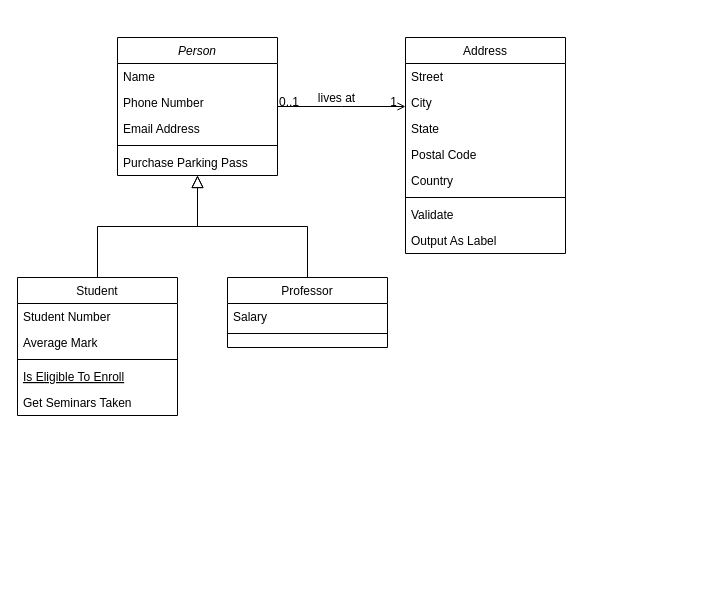
The draw.io diagram Untitled Diagram.drawio in tharika27/draw.io, before the edit. Source tidied: cells renumbered, new cells numbered last; positions are measured from the earlier drawing's top-left corner, leaving out a move shared by most shapes. Both pictures are drawn from the tidied source at 100%, with x=0, y=0 at pixel (17, 37).
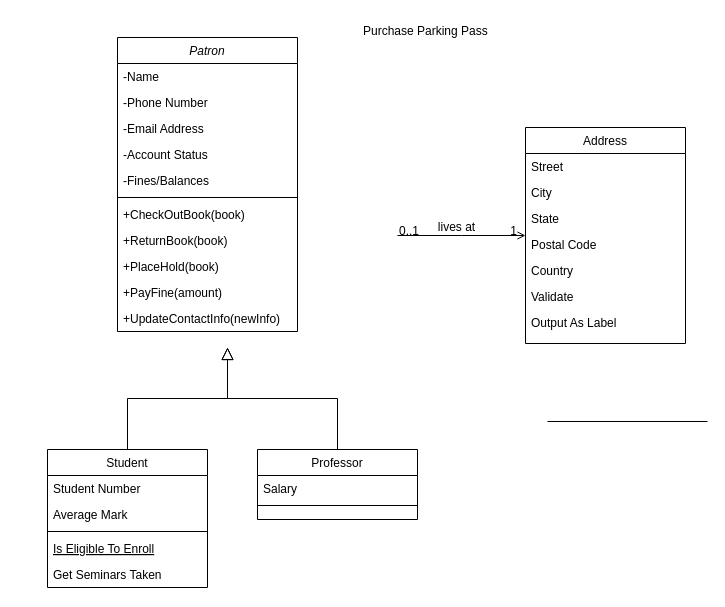
The same diagram, later.

Commit message:
Update library flow and uml

Diff of the diagram source:
```diff
@@
-    <mxCell id="2" value="Person" style="swimlane;fontStyle=2;align=center;verticalAlign=top;horizontal=1;startSize=26;rounded=0;shadow=0;strokeWidth=1;" parent="1" vertex="1">
-      <mxGeometry x="100" width="160" height="138" as="geometry" />
+    <mxCell id="2" value="Patron" style="swimlane;fontStyle=2;align=center;verticalAlign=top;horizontal=1;startSize=26;rounded=0;shadow=0;strokeWidth=1;" parent="1" vertex="1">
+      <mxGeometry x="100" width="180" height="294" as="geometry" />
     </mxCell>
-    <mxCell id="3" value="Name" style="text;align=left;verticalAlign=top;spacingLeft=4;spacingRight=4;overflow=hidden;" parent="2" vertex="1">
-      <mxGeometry y="26" width="160" height="26" as="geometry" />
+    <mxCell id="3" value="-Name" style="text;align=left;verticalAlign=top;spacingLeft=4;spacingRight=4;overflow=hidden;" parent="2" vertex="1">
+      <mxGeometry y="26" width="180" height="26" as="geometry" />
     </mxCell>
-    <mxCell id="4" value="Phone Number" style="text;align=left;verticalAlign=top;spacingLeft=4;spacingRight=4;overflow=hidden;rounded=0;shadow=0;html=0;" parent="2" vertex="1">
-      <mxGeometry y="52" width="160" height="26" as="geometry" />
+    <mxCell id="4" value="-Phone Number" style="text;align=left;verticalAlign=top;spacingLeft=4;spacingRight=4;overflow=hidden;rounded=0;shadow=0;html=0;" parent="2" vertex="1">
+      <mxGeometry y="52" width="180" height="26" as="geometry" />
     </mxCell>
-    <mxCell id="5" value="Email Address" style="text;align=left;verticalAlign=top;spacingLeft=4;spacingRight=4;overflow=hidden;rounded=0;shadow=0;html=0;" parent="2" vertex="1">
-      <mxGeometry y="78" width="160" height="26" as="geometry" />
+    <mxCell id="5" value="-Email Address" style="text;align=left;verticalAlign=top;spacingLeft=4;spacingRight=4;overflow=hidden;rounded=0;shadow=0;html=0;" parent="2" vertex="1">
+      <mxGeometry y="78" width="180" height="26" as="geometry" />
     </mxCell>
-    <mxCell id="6" style="line;html=1;strokeWidth=1;align=left;verticalAlign=middle;spacingTop=-1;spacingLeft=3;spacingRight=3;labelPosition=right;" parent="2" vertex="1">
-      <mxGeometry y="104" width="160" height="8" as="geometry" />
-    </mxCell>
-    <mxCell id="7" value="Purchase Parking Pass" style="text;align=left;verticalAlign=top;spacingLeft=4;spacingRight=4;overflow=hidden;" parent="2" vertex="1">
-      <mxGeometry y="112" width="160" height="26" as="geometry" />
-    </mxCell>
+    <mxCell id="32" value="-Account Status&#10;" style="text;align=left;verticalAlign=top;spacingLeft=4;spacingRight=4;overflow=hidden;" parent="2" vertex="1">
+      <mxGeometry y="104" width="180" height="26" as="geometry" />
+    </mxCell>
+    <mxCell id="33" value="-Fines/Balances" style="text;align=left;verticalAlign=top;spacingLeft=4;spacingRight=4;overflow=hidden;" parent="2" vertex="1">
+      <mxGeometry y="130" width="180" height="26" as="geometry" />
+    </mxCell>
+    <mxCell id="34" style="line;html=1;strokeWidth=1;align=left;verticalAlign=middle;spacingTop=-1;spacingLeft=3;spacingRight=3;labelPosition=right;" parent="2" vertex="1">
+      <mxGeometry y="156" width="180" height="8" as="geometry" />
+    </mxCell>
+    <mxCell id="35" value="+CheckOutBook(book)" style="text;align=left;verticalAlign=top;spacingLeft=4;spacingRight=4;overflow=hidden;" parent="2" vertex="1">
+      <mxGeometry y="164" width="180" height="26" as="geometry" />
+    </mxCell>
+    <mxCell id="36" value="+ReturnBook(book)" style="text;align=left;verticalAlign=top;spacingLeft=4;spacingRight=4;overflow=hidden;" parent="2" vertex="1">
+      <mxGeometry y="190" width="180" height="26" as="geometry" />
+    </mxCell>
+    <mxCell id="37" value="+PlaceHold(book)" style="text;align=left;verticalAlign=top;spacingLeft=4;spacingRight=4;overflow=hidden;" parent="2" vertex="1">
+      <mxGeometry y="216" width="180" height="26" as="geometry" />
+    </mxCell>
+    <mxCell id="38" value="+PayFine(amount)" style="text;align=left;verticalAlign=top;spacingLeft=4;spacingRight=4;overflow=hidden;" parent="2" vertex="1">
+      <mxGeometry y="242" width="180" height="26" as="geometry" />
+    </mxCell>
+    <mxCell id="39" value="+UpdateContactInfo(newInfo)" style="text;align=left;verticalAlign=top;spacingLeft=4;spacingRight=4;overflow=hidden;" parent="2" vertex="1">
+      <mxGeometry y="268" width="180" height="26" as="geometry" />
+    </mxCell>
     <mxCell id="8" value="Student" style="swimlane;fontStyle=0;align=center;verticalAlign=top;horizontal=1;startSize=26;rounded=0;shadow=0;strokeWidth=1;" parent="1" vertex="1">
-      <mxGeometry y="240" width="160" height="138" as="geometry" />
+      <mxGeometry x="30" y="412" width="160" height="138" as="geometry" />
     </mxCell>
@@
-    <mxCell id="14" style="endArrow=block;endSize=10;endFill=0;shadow=0;strokeWidth=1;rounded=0;edgeStyle=elbowEdgeStyle;elbow=vertical;" parent="1" edge="1" source="8" target="2">
-      <mxGeometry relative="1" as="geometry" />
+    <mxCell id="14" style="endArrow=block;endSize=10;endFill=0;shadow=0;strokeWidth=1;rounded=0;edgeStyle=elbowEdgeStyle;elbow=vertical;" parent="1" edge="1" source="8">
+      <mxGeometry relative="1" as="geometry">
+        <mxPoint x="210" y="310" as="targetPoint" />
+      </mxGeometry>
     </mxCell>
     <mxCell id="15" value="Professor" style="swimlane;fontStyle=0;align=center;verticalAlign=top;horizontal=1;startSize=26;rounded=0;shadow=0;strokeWidth=1;" parent="1" vertex="1">
-      <mxGeometry x="210" y="240" width="160" height="70" as="geometry" />
+      <mxGeometry x="240" y="412" width="160" height="70" as="geometry" />
     </mxCell>
@@
-    <mxCell id="18" style="endArrow=block;endSize=10;endFill=0;shadow=0;strokeWidth=1;rounded=0;edgeStyle=elbowEdgeStyle;elbow=vertical;" parent="1" edge="1" source="15" target="2">
-      <mxGeometry relative="1" as="geometry" />
+    <mxCell id="18" style="endArrow=block;endSize=10;endFill=0;shadow=0;strokeWidth=1;rounded=0;edgeStyle=elbowEdgeStyle;elbow=vertical;" parent="1" edge="1" source="15">
+      <mxGeometry relative="1" as="geometry">
+        <mxPoint x="210" y="310" as="targetPoint" />
+      </mxGeometry>
     </mxCell>
     <mxCell id="19" value="Address" style="swimlane;fontStyle=0;align=center;verticalAlign=top;horizontal=1;startSize=26;rounded=0;shadow=0;strokeWidth=1;" parent="1" vertex="1">
-      <mxGeometry x="388" width="160" height="216" as="geometry" />
+      <mxGeometry x="508" y="90" width="160" height="216" as="geometry" />
     </mxCell>
@@
-    <mxCell id="25" style="line;html=1;strokeWidth=1;align=left;verticalAlign=middle;spacingTop=-1;spacingLeft=3;spacingRight=3;labelPosition=right;" parent="19" vertex="1">
-      <mxGeometry y="156" width="160" height="8" as="geometry" />
-    </mxCell>
     <mxCell id="26" value="Validate" style="text;align=left;verticalAlign=top;spacingLeft=4;spacingRight=4;overflow=hidden;" parent="19" vertex="1">
-      <mxGeometry y="164" width="160" height="26" as="geometry" />
+      <mxGeometry y="156" width="160" height="26" as="geometry" />
     </mxCell>
     <mxCell id="27" value="Output As Label" style="text;align=left;verticalAlign=top;spacingLeft=4;spacingRight=4;overflow=hidden;" parent="19" vertex="1">
-      <mxGeometry y="190" width="160" height="26" as="geometry" />
+      <mxGeometry y="182" width="160" height="26" as="geometry" />
     </mxCell>
-    <mxCell id="28" style="endArrow=open;shadow=0;strokeWidth=1;rounded=0;endFill=1;edgeStyle=elbowEdgeStyle;elbow=vertical;" parent="1" edge="1" source="2" target="19">
+    <mxCell id="28" style="endArrow=open;shadow=0;strokeWidth=1;rounded=0;endFill=1;edgeStyle=elbowEdgeStyle;elbow=vertical;" parent="1" edge="1" target="19">
       <mxGeometry x="0.5" y="41" relative="1" as="geometry">
+        <mxPoint x="380" y="198" as="sourcePoint" />
         <mxPoint x="-40" y="32" as="offset" />
       </mxGeometry>
     </mxCell>
@@
+    <mxCell id="7" value="Purchase Parking Pass" style="text;align=left;verticalAlign=top;spacingLeft=4;spacingRight=4;overflow=hidden;" parent="1" vertex="1">
+      <mxGeometry x="340" y="-20" width="160" height="108" as="geometry" />
+    </mxCell>
+    <mxCell id="25" style="line;html=1;strokeWidth=1;align=left;verticalAlign=middle;spacingTop=-1;spacingLeft=3;spacingRight=3;labelPosition=right;" parent="1" vertex="1">
+      <mxGeometry x="530" y="380" width="160" height="8" as="geometry" />
+    </mxCell>
```
